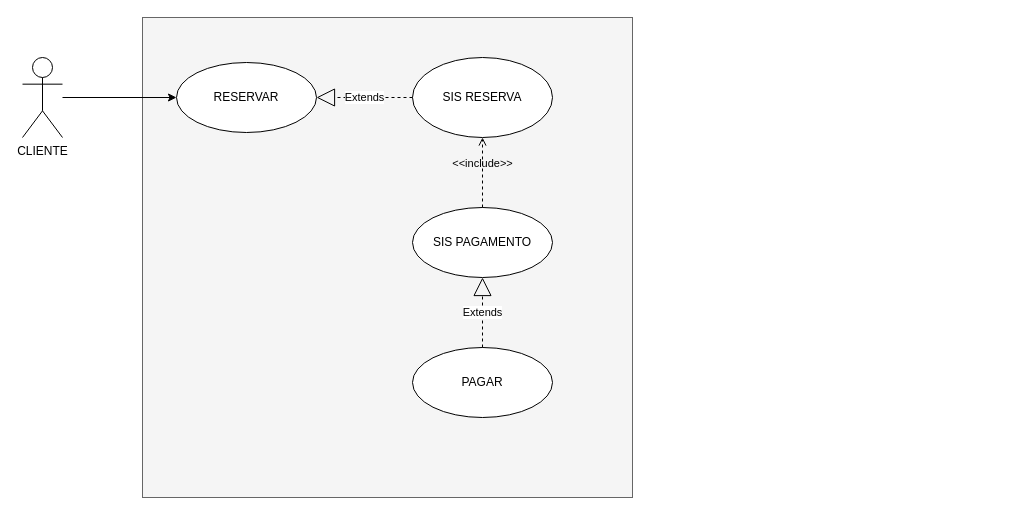
This is ENG2.drawio from mateuscaldasbr/Villa-Food-Delivery, a draw.io file, before an edit. Source tidied: cells renumbered, new cells numbered last; positions are measured from the earlier drawing's top-left corner, leaving out a move shared by most shapes. Both pictures are drawn from the tidied source at 100%, with x=0, y=0 at pixel (22, 17).
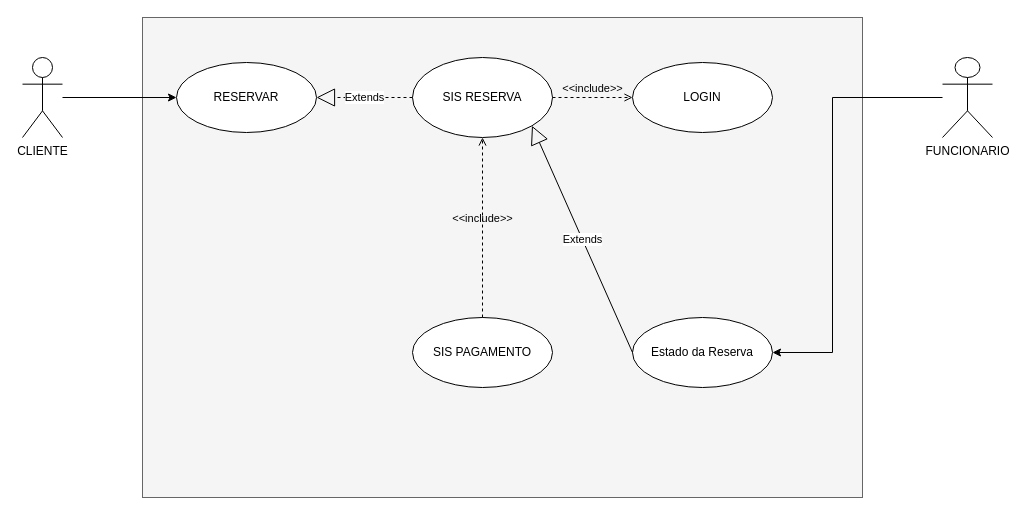
The same page after the edit.

Diff of the diagram source:
```diff
@@
 <mxGraphModel>
   <root>
     <mxCell id="0" />
     <mxCell id="1" parent="0" />
     <mxCell id="2" style="rounded=0;whiteSpace=wrap;html=1;fillColor=#f5f5f5;strokeColor=#666666;fontColor=#333333;" parent="1" vertex="1">
-      <mxGeometry x="120" width="490" height="480" as="geometry" />
+      <mxGeometry x="120" width="720" height="480" as="geometry" />
     </mxCell>
     <mxCell id="3" style="edgeStyle=orthogonalEdgeStyle;rounded=0;jettySize=auto;html=1;" parent="1" edge="1" source="4" target="5">
       <mxGeometry relative="1" as="geometry" />
     </mxCell>
     <mxCell id="4" value="&lt;div&gt;CLIENTE&lt;/div&gt;&lt;div&gt;&lt;br&gt;&lt;/div&gt;" style="shape=umlActor;verticalLabelPosition=bottom;verticalAlign=top;html=1;" parent="1" vertex="1">
       <mxGeometry y="40" width="40" height="80" as="geometry" />
     </mxCell>
     <mxCell id="5" value="&lt;div&gt;RESERVAR&lt;/div&gt;" style="ellipse;whiteSpace=wrap;html=1;" parent="1" vertex="1">
       <mxGeometry x="154" y="45" width="140" height="70" as="geometry" />
     </mxCell>
     <mxCell id="6" value="&lt;div&gt;SIS RESERVA&lt;/div&gt;" style="ellipse;whiteSpace=wrap;html=1;" parent="1" vertex="1">
       <mxGeometry x="390" y="40" width="140" height="80" as="geometry" />
     </mxCell>
     <mxCell id="7" value="Extends" style="endArrow=block;endSize=16;endFill=0;html=1;dashed=1;" parent="1" edge="1" source="6" target="5">
       <mxGeometry relative="1" as="geometry" />
     </mxCell>
     <mxCell id="8" value="&lt;div&gt;SIS PAGAMENTO&lt;/div&gt;" style="ellipse;whiteSpace=wrap;html=1;" parent="1" vertex="1">
-      <mxGeometry x="390" y="190" width="140" height="70" as="geometry" />
+      <mxGeometry x="390" y="300" width="140" height="70" as="geometry" />
     </mxCell>
     <mxCell id="9" value="&amp;lt;&amp;lt;include&amp;gt;&amp;gt;" style="edgeStyle=none;html=1;endArrow=open;verticalAlign=bottom;dashed=1;labelBackgroundColor=none;entryX=0.5;entryY=1;entryDx=0;entryDy=0;" parent="1" edge="1" source="8" target="6">
       <mxGeometry relative="1" as="geometry" />
     </mxCell>
-    <mxCell id="10" value="PAGAR" style="ellipse;whiteSpace=wrap;html=1;" parent="1" vertex="1">
-      <mxGeometry x="390" y="330" width="140" height="70" as="geometry" />
-    </mxCell>
+    <mxCell id="12" style="edgeStyle=orthogonalEdgeStyle;rounded=0;jettySize=auto;html=1;entryX=1;entryY=0.5;entryDx=0;entryDy=0;" parent="1" edge="1" source="13" target="14">
+      <mxGeometry relative="1" as="geometry">
+        <Array as="points">
+          <mxPoint x="810" y="80" />
+          <mxPoint x="810" y="335" />
+        </Array>
+      </mxGeometry>
+    </mxCell>
+    <mxCell id="13" value="&lt;div&gt;FUNCIONARIO&lt;/div&gt;" style="shape=umlActor;verticalLabelPosition=bottom;verticalAlign=top;html=1;outlineConnect=0;" parent="1" vertex="1">
+      <mxGeometry x="920" y="40" width="50" height="80" as="geometry" />
+    </mxCell>
+    <mxCell id="14" value="Estado da Reserva" style="ellipse;whiteSpace=wrap;html=1;" parent="1" vertex="1">
+      <mxGeometry x="610" y="300" width="140" height="70" as="geometry" />
+    </mxCell>
+    <mxCell id="15" value="&lt;div&gt;LOGIN&lt;br&gt;&lt;/div&gt;" style="ellipse;whiteSpace=wrap;html=1;" parent="1" vertex="1">
+      <mxGeometry x="610" y="45" width="140" height="70" as="geometry" />
+    </mxCell>
+    <mxCell id="16" value="&amp;lt;&amp;lt;include&amp;gt;&amp;gt;" style="edgeStyle=none;html=1;endArrow=open;verticalAlign=bottom;dashed=1;labelBackgroundColor=none;exitX=1;exitY=0.5;exitDx=0;exitDy=0;" parent="1" edge="1" source="6" target="15">
+      <mxGeometry relative="1" as="geometry" />
+    </mxCell>
-    <mxCell id="11" value="Extends" style="endArrow=block;endSize=16;endFill=0;html=1;dashed=1;exitX=0.5;exitY=0;exitDx=0;exitDy=0;entryX=0.5;entryY=1;entryDx=0;entryDy=0;" parent="1" edge="1" source="10" target="8">
+    <mxCell id="11" value="Extends" style="endArrow=block;endSize=16;endFill=0;html=1;entryX=1;entryY=1;entryDx=0;entryDy=0;exitX=0;exitY=0.5;exitDx=0;exitDy=0;" parent="1" edge="1" source="14" target="6">
       <mxGeometry relative="1" as="geometry" />
     </mxCell>
   </root>
 </mxGraphModel>
```
